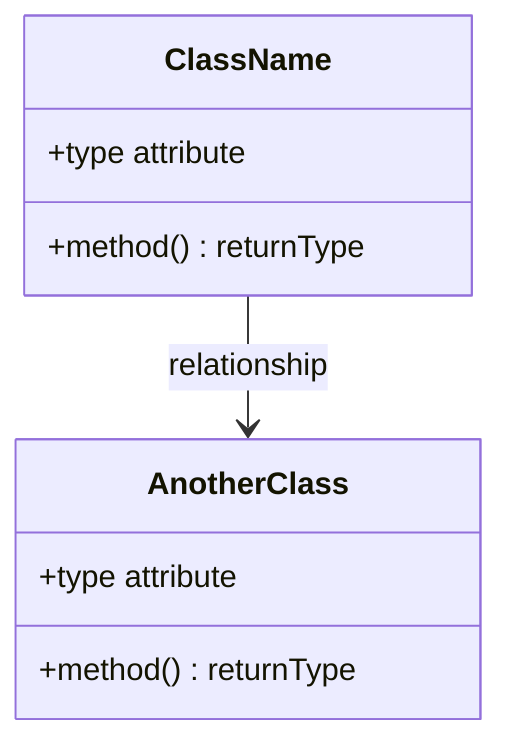
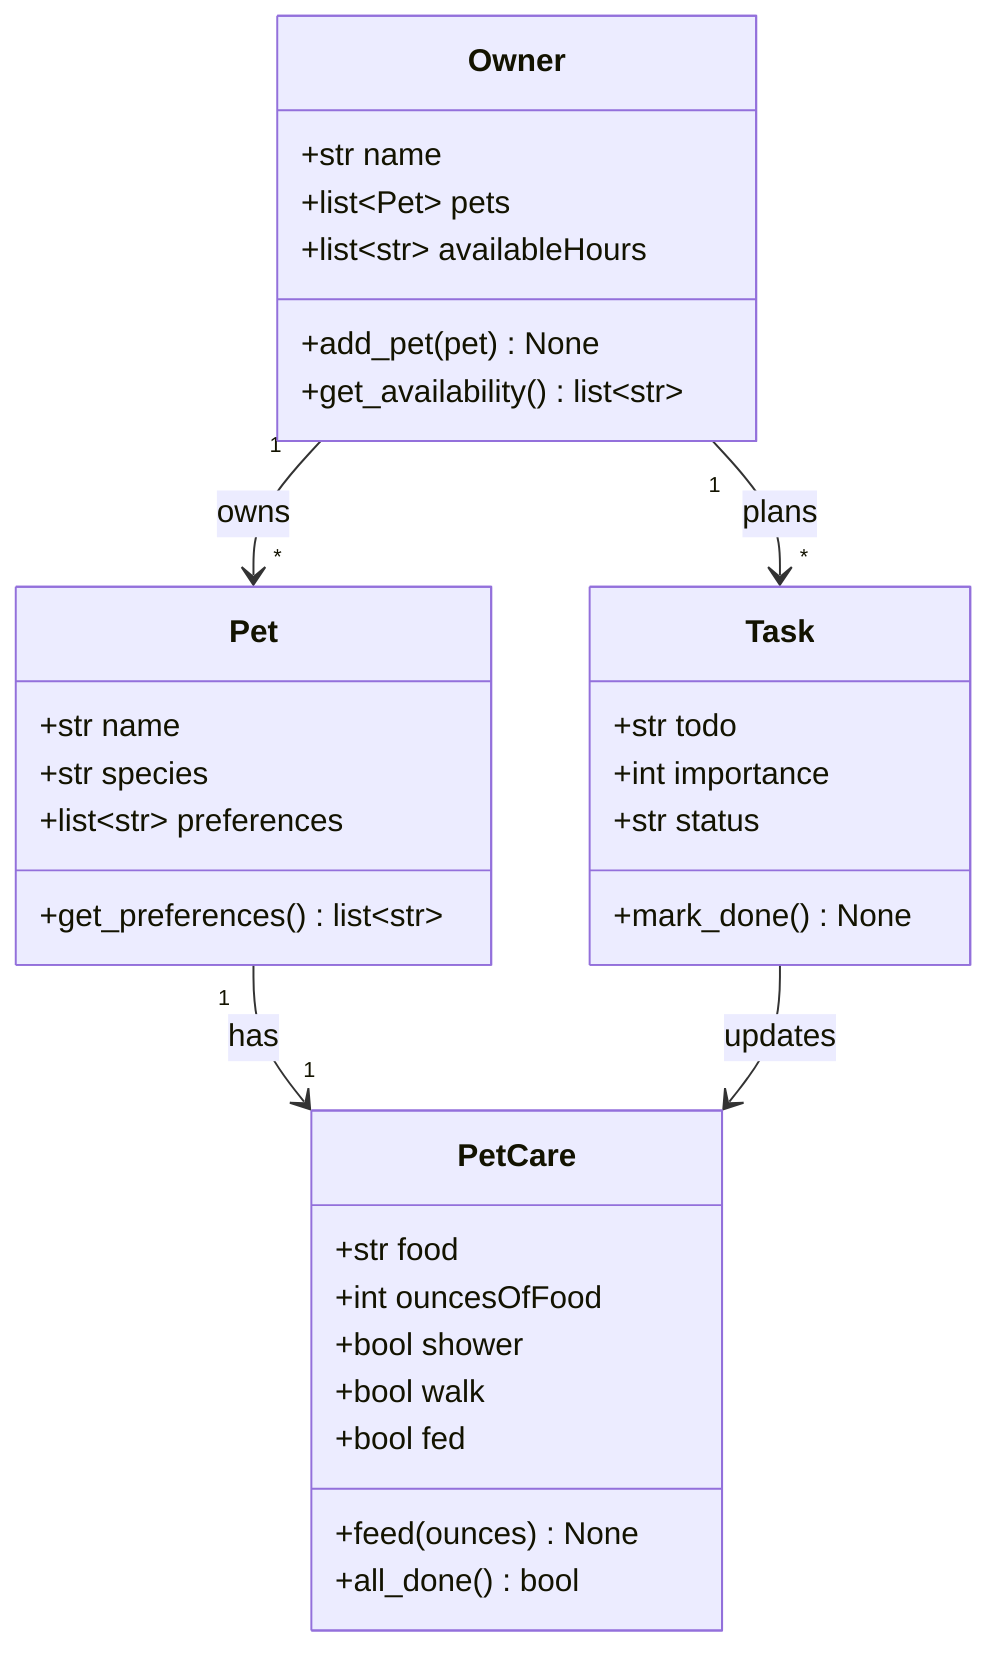
classDiagram
-     %% Replace the placeholders below with your actual classes, attributes, methods, and relationships.
-     %% Keep this file updated so it matches your final implementation.
+     %% PawPal+ — pet care planning assistant

-     class ClassName {
-         +type attribute
-         +method() returnType
+     class Pet {
+         +str name
+         +str species
+         +list~str~ preferences
+         +get_preferences() list~str~
    }

-     class AnotherClass {
-         +type attribute
-         +method() returnType
+     class Owner {
+         +str name
+         +list~Pet~ pets
+         +list~str~ availableHours
+         +add_pet(pet) None
+         +get_availability() list~str~
    }

-     ClassName --> AnotherClass : relationship
+     class Task {
+         +str todo
+         +int importance
+         +str status
+         +mark_done() None
+     }
+ 
+     class PetCare {
+         +str food
+         +int ouncesOfFood
+         +bool shower
+         +bool walk
+         +bool fed
+         +feed(ounces) None
+         +all_done() bool
+     }
+ 
+     Owner "1" --> "*" Pet : owns
+     Owner "1" --> "*" Task : plans
+     Pet "1" --> "1" PetCare : has
+     Task --> PetCare : updates
